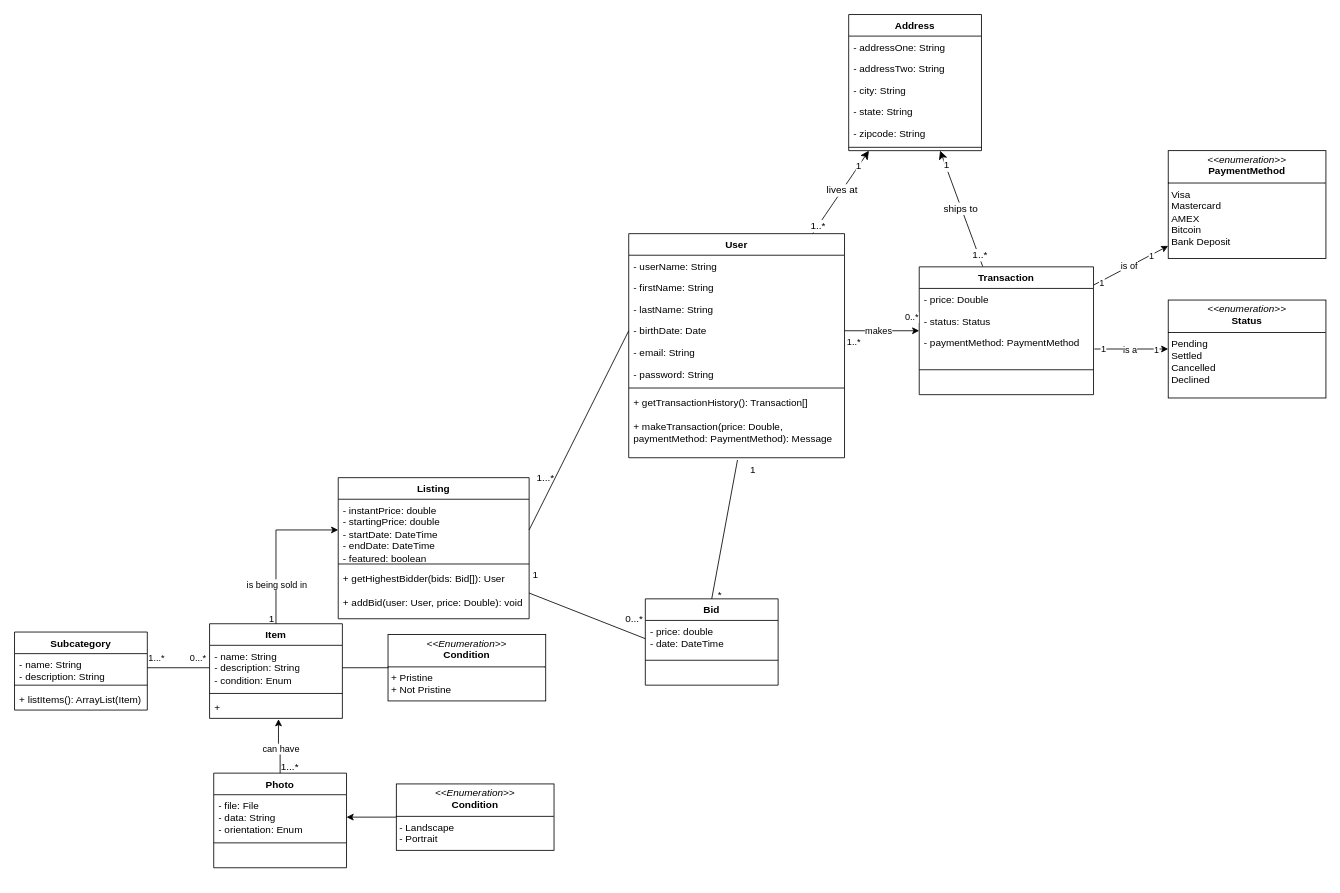
antonykimuom/SWEN30006-2025-SM1-workshop1-tuew05-14-00-team-12 keeps this draw.io diagram as page "Page-1" (1 of 2) of Workshop4.drawio. Above is the earlier version. Source tidied: cells renumbered, new cells numbered last; positions are measured from the earlier drawing's top-left corner, leaving out a move shared by most shapes. Both pictures are drawn from the tidied source at 83%, with x=0, y=0 at pixel (14, 14).
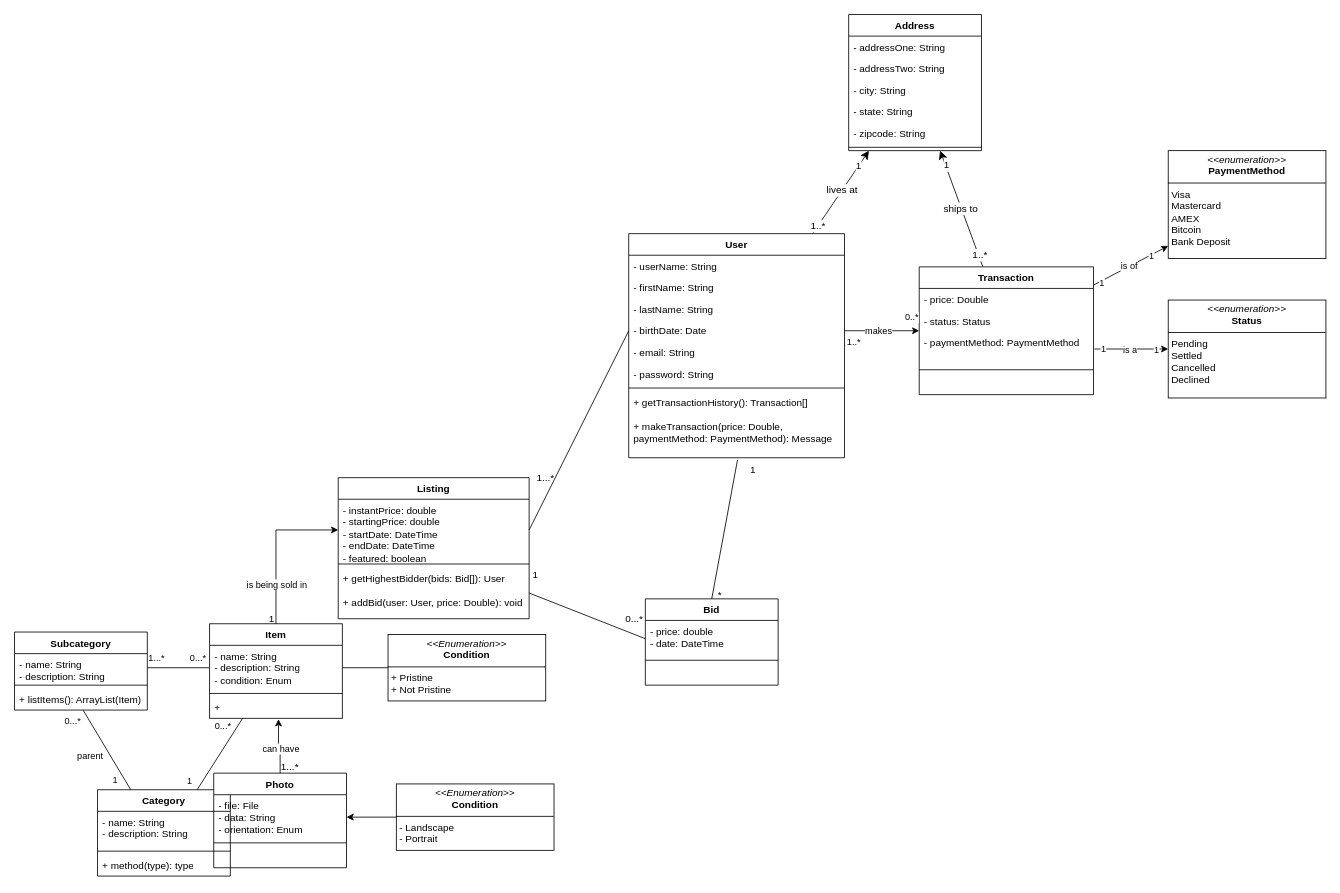
The same diagram, later.

Unchanged cells that the change refers to:
```xml
<mxCell id="26" value="+ listItems(): ArrayList(Item)" style="text;strokeColor=none;fillColor=none;align=left;verticalAlign=top;spacingLeft=4;spacingRight=4;overflow=hidden;points=[[0,0.5],[1,0.5]];portConstraint=eastwest;whiteSpace=wrap;html=1;" parent="23" vertex="1">
  <mxGeometry y="68" width="160" height="26" as="geometry" />
</mxCell>
<mxCell id="45" value="+" style="text;strokeColor=none;fillColor=none;align=left;verticalAlign=top;spacingLeft=4;spacingRight=4;overflow=hidden;points=[[0,0.5],[1,0.5]];portConstraint=eastwest;whiteSpace=wrap;html=1;" parent="42" vertex="1">
  <mxGeometry y="88" width="160" height="26" as="geometry" />
</mxCell>
```

Change to the diagram source:
```diff
@@
+    <mxCell id="90" value="Category" style="swimlane;fontStyle=1;align=center;verticalAlign=top;horizontal=1;startSize=26;whiteSpace=wrap;html=1;" parent="1" vertex="1">
+      <mxGeometry x="100" y="934" width="160" height="104" as="geometry" />
+    </mxCell>
+    <mxCell id="91" value="- name: String&lt;div&gt;- description: String&lt;/div&gt;" style="text;strokeColor=none;fillColor=none;align=left;verticalAlign=top;spacingLeft=4;spacingRight=4;overflow=hidden;whiteSpace=wrap;html=1;" parent="90" vertex="1">
+      <mxGeometry y="26" width="160" height="44" as="geometry" />
+    </mxCell>
+    <mxCell id="92" style="line;strokeWidth=1;fillColor=none;align=left;verticalAlign=middle;spacingTop=-1;spacingLeft=3;spacingRight=3;labelPosition=right;strokeColor=inherit;" parent="90" vertex="1">
+      <mxGeometry y="70" width="160" height="8" as="geometry" />
+    </mxCell>
+    <mxCell id="93" value="+ method(type): type" style="text;strokeColor=none;fillColor=none;align=left;verticalAlign=top;spacingLeft=4;spacingRight=4;overflow=hidden;whiteSpace=wrap;html=1;" parent="90" vertex="1">
+      <mxGeometry y="78" width="160" height="26" as="geometry" />
+    </mxCell>
@@
+    <mxCell id="94" style="endArrow=none;html=1;rounded=0;entryX=0.75;entryY=0;entryDx=0;entryDy=0;exitX=0.25;exitY=0.987;exitDx=0;exitDy=0;exitPerimeter=0;" parent="1" edge="1" source="45" target="90">
+      <mxGeometry relative="1" as="geometry" />
+    </mxCell>
+    <mxCell id="95" value="0...*" style="edgeLabel;html=1;align=center;verticalAlign=middle;" parent="94" vertex="1">
+      <mxGeometry x="-0.8" relative="1" as="geometry">
+        <mxPoint x="-19" as="offset" />
+      </mxGeometry>
+    </mxCell>
+    <mxCell id="96" value="1" style="edgeLabel;html=1;align=center;verticalAlign=middle;" parent="94" vertex="1">
+      <mxGeometry x="0.73" y="1" relative="1" as="geometry">
+        <mxPoint x="-18" as="offset" />
+      </mxGeometry>
+    </mxCell>
@@
+    <mxCell id="97" style="endArrow=none;html=1;rounded=0;entryX=0.25;entryY=0;entryDx=0;entryDy=0;exitX=0.517;exitY=1.006;exitDx=0;exitDy=0;exitPerimeter=0;" parent="1" edge="1" source="26" target="90">
+      <mxGeometry relative="1" as="geometry" />
+    </mxCell>
+    <mxCell id="98" value="1" style="edgeLabel;html=1;align=center;verticalAlign=middle;" parent="97" vertex="1">
+      <mxGeometry x="0.72" y="-1" relative="1" as="geometry">
+        <mxPoint x="-11" as="offset" />
+      </mxGeometry>
+    </mxCell>
+    <mxCell id="99" value="0...*" style="edgeLabel;html=1;align=center;verticalAlign=middle;" parent="97" vertex="1">
+      <mxGeometry x="-0.71" y="2" relative="1" as="geometry">
+        <mxPoint x="-23" as="offset" />
+      </mxGeometry>
+    </mxCell>
+    <mxCell id="100" value="parent" style="edgeLabel;html=1;align=center;verticalAlign=middle;" parent="97" vertex="1">
+      <mxGeometry x="-0.07" relative="1" as="geometry">
+        <mxPoint x="-19" y="11" as="offset" />
+      </mxGeometry>
+    </mxCell>
```
